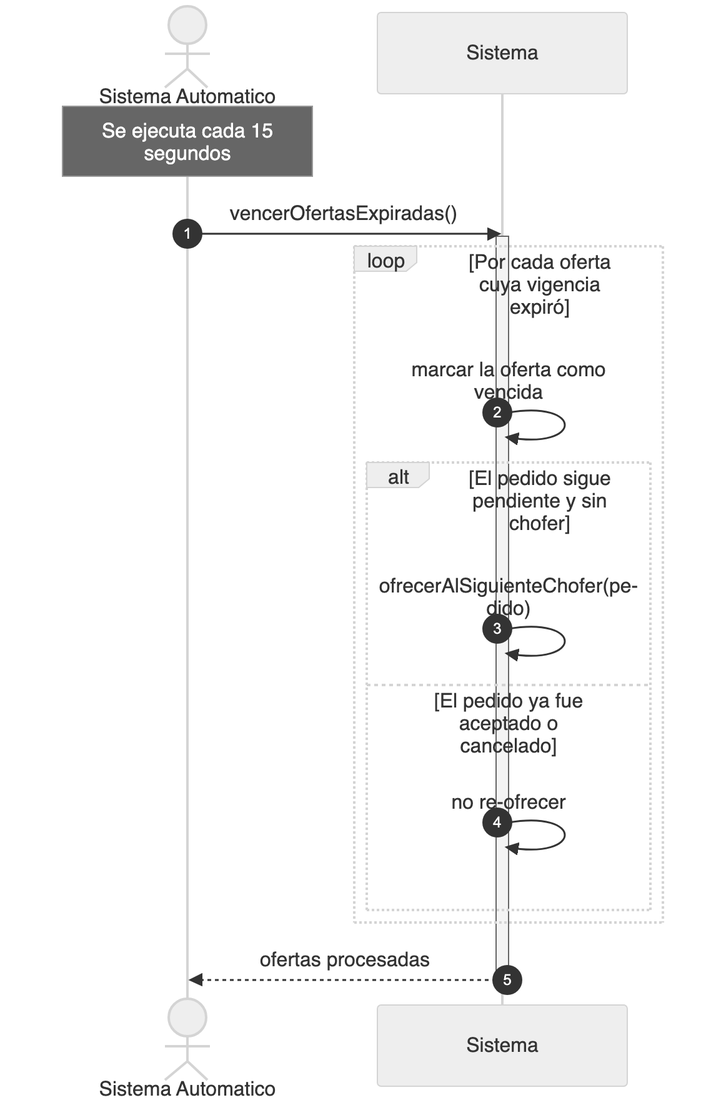
The Mermaid diagram diagramas/png/DSS_CU-014_Reintentar-Asignacion-Con-Radio-Expandido.png in Nahuelito-Dev/splg-docs, before a commit. Its source is kept beside it as diagramas/DSS_CU-014_Reintentar-Asignacion-Con-Radio-Expandido.mmd.
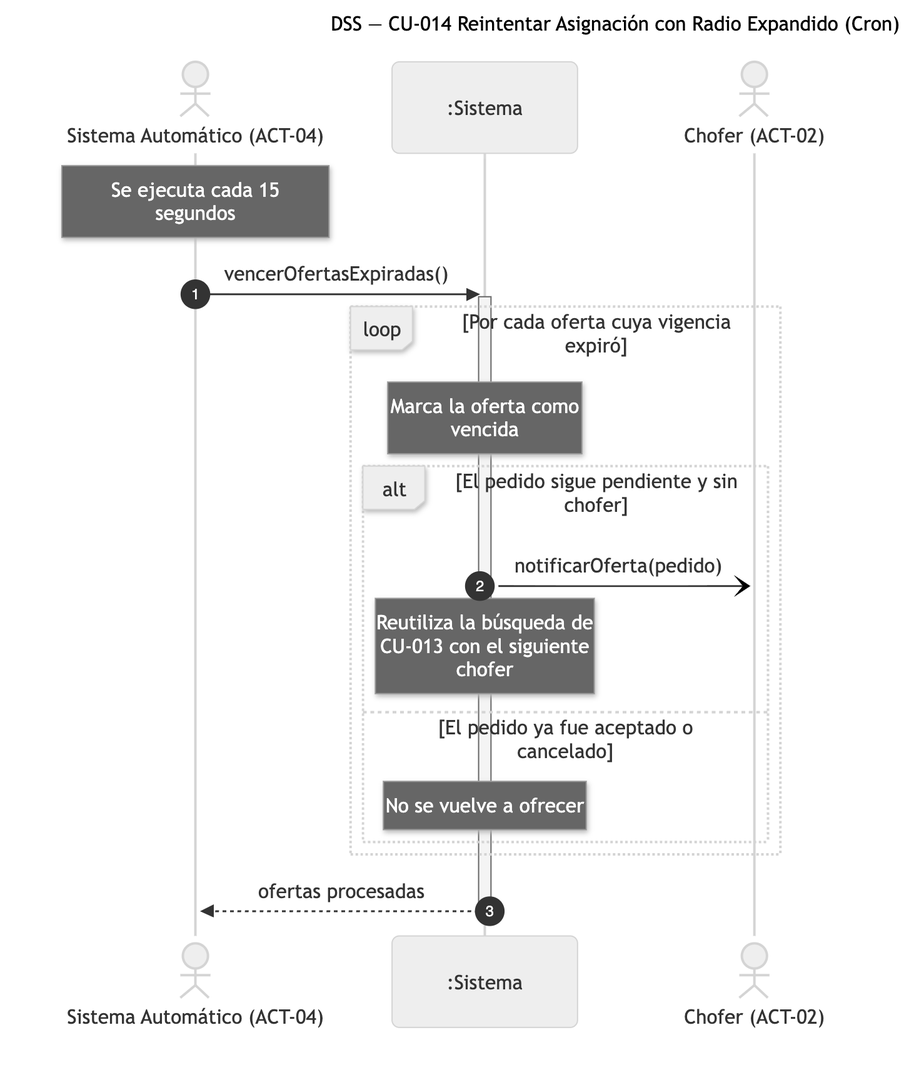
The same file after the commit.

The edit, as a diff of the source:
```diff
@@ -1,18 +1,20 @@
 sequenceDiagram
-    title DSS — CU-014 Reintentar Asignacion Con Radio Expandido
+    title DSS — CU-014 Reintentar Asignación con Radio Expandido (Cron)
     autonumber
-    actor SAU as Sistema Automatico
-    participant SIS as Sistema
+    actor SAU as Sistema Automático (ACT-04)
+    participant SIS as :Sistema
+    actor CHO as Chofer (ACT-02)
 
-    Note over SAU: Se ejecuta cada 15 segundos
+    Note over SAU: Se ejecuta cada 15<br/>segundos
     SAU->>SIS: vencerOfertasExpiradas()
     activate SIS
     loop Por cada oferta cuya vigencia expiró
-        SIS->>SIS: marcar la oferta como vencida
+        Note over SIS: Marca la oferta como<br/>vencida
         alt El pedido sigue pendiente y sin chofer
-            SIS->>SIS: ofrecerAlSiguienteChofer(pedido)
+            SIS-)CHO: notificarOferta(pedido)
+            Note over SIS: Reutiliza la búsqueda de<br/>CU-013 con el siguiente<br/>chofer
         else El pedido ya fue aceptado o cancelado
-            SIS->>SIS: no re-ofrecer
+            Note over SIS: No se vuelve a ofrecer
         end
     end
     SIS-->>SAU: ofertas procesadas
```
